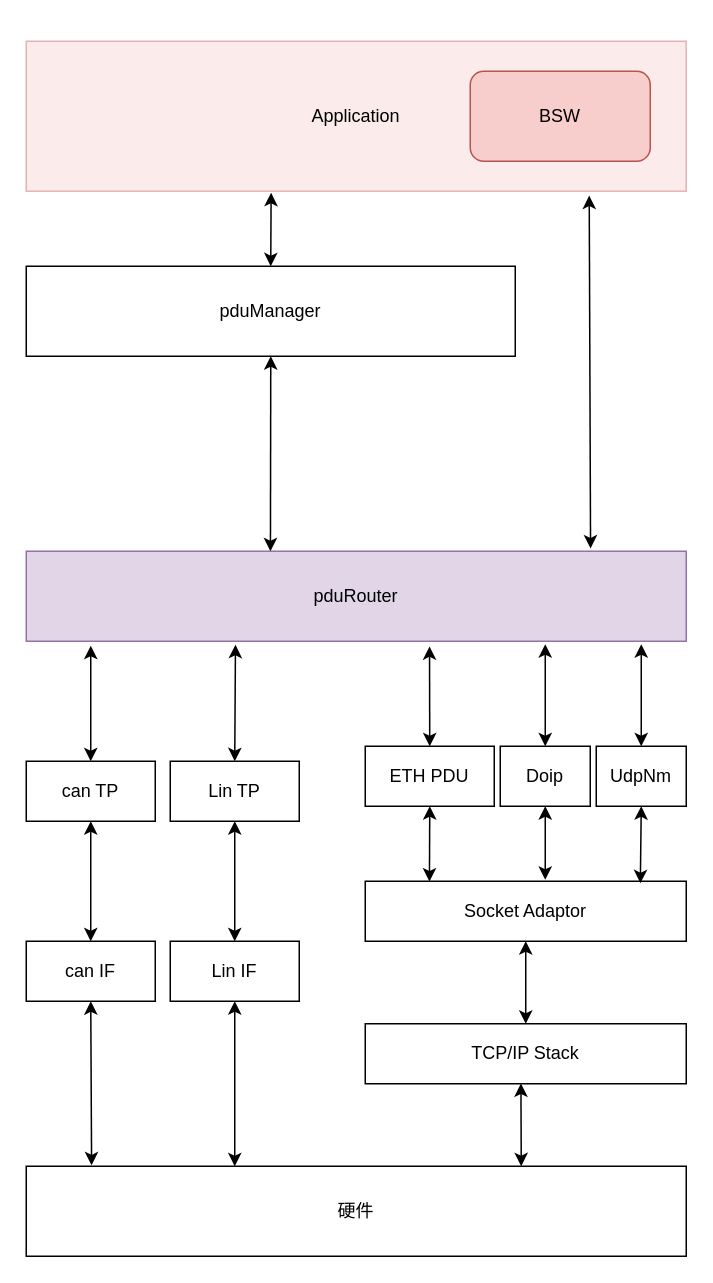
This is image/流转链路.drawio from wfqLab/picture_gallery_picgo, a draw.io file, before an edit. Source tidied: cells renumbered, new cells numbered last; positions are measured from the earlier drawing's top-left corner, leaving out a move shared by most shapes. Both pictures are drawn from the tidied source at 150%, with x=0, y=0 at pixel (26, 40).
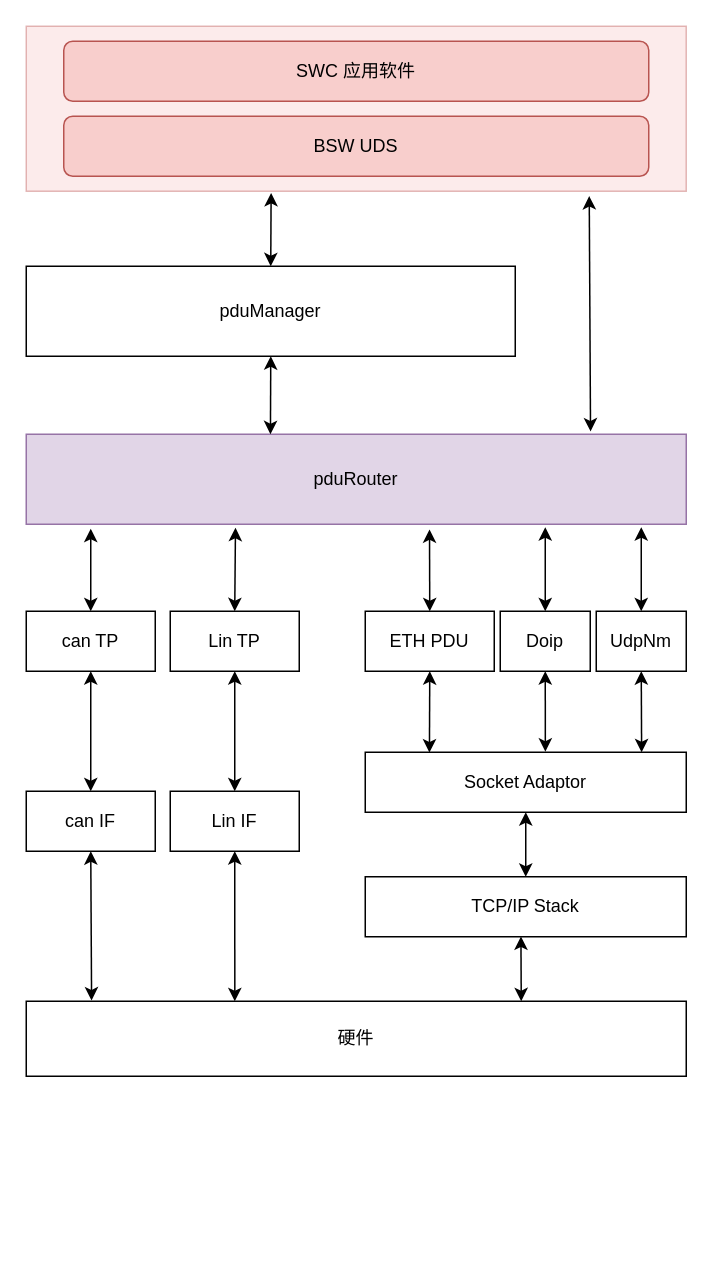
The same page after the edit.

Commit message:
更新流转链路.drawio

Diff of the diagram source:
```diff
@@
     <mxCell id="2" value="硬件" style="rounded=0;whiteSpace=wrap;html=1;" parent="1" vertex="1">
-      <mxGeometry y="750" width="440" height="60" as="geometry" />
+      <mxGeometry y="640" width="440" height="50" as="geometry" />
     </mxCell>
-    <mxCell id="3" value="Application" style="rounded=0;whiteSpace=wrap;html=1;fillColor=#f8cecc;strokeColor=#b85450;opacity=40;" parent="1" vertex="1">
-      <mxGeometry width="440" height="100" as="geometry" />
+    <mxCell id="3" style="rounded=0;whiteSpace=wrap;html=1;fillColor=#f8cecc;strokeColor=#b85450;opacity=40;" parent="1" vertex="1">
+      <mxGeometry y="-10" width="440" height="110" as="geometry" />
     </mxCell>
@@
     <mxCell id="5" value="pduRouter" style="rounded=0;whiteSpace=wrap;html=1;fillColor=#e1d5e7;strokeColor=#9673a6;" parent="1" vertex="1">
-      <mxGeometry y="340" width="440" height="60" as="geometry" />
+      <mxGeometry y="262" width="440" height="60" as="geometry" />
     </mxCell>
     <mxCell id="6" value="can TP" style="rounded=0;whiteSpace=wrap;html=1;" parent="1" vertex="1">
-      <mxGeometry y="480" width="86" height="40" as="geometry" />
+      <mxGeometry y="380" width="86" height="40" as="geometry" />
     </mxCell>
     <mxCell id="7" value="Lin TP" style="rounded=0;whiteSpace=wrap;html=1;" parent="1" vertex="1">
-      <mxGeometry x="96" y="480" width="86" height="40" as="geometry" />
+      <mxGeometry x="96" y="380" width="86" height="40" as="geometry" />
     </mxCell>
     <mxCell id="8" value="can IF" style="rounded=0;whiteSpace=wrap;html=1;" parent="1" vertex="1">
-      <mxGeometry y="600" width="86" height="40" as="geometry" />
+      <mxGeometry y="500" width="86" height="40" as="geometry" />
     </mxCell>
     <mxCell id="9" value="Lin IF" style="rounded=0;whiteSpace=wrap;html=1;" parent="1" vertex="1">
-      <mxGeometry x="96" y="600" width="86" height="40" as="geometry" />
+      <mxGeometry x="96" y="500" width="86" height="40" as="geometry" />
     </mxCell>
     <mxCell id="10" value="ETH PDU" style="rounded=0;whiteSpace=wrap;html=1;" parent="1" vertex="1">
-      <mxGeometry x="226" y="470" width="86" height="40" as="geometry" />
+      <mxGeometry x="226" y="380" width="86" height="40" as="geometry" />
     </mxCell>
     <mxCell id="11" value="Socket Adaptor" style="rounded=0;whiteSpace=wrap;html=1;" parent="1" vertex="1">
-      <mxGeometry x="226" y="560" width="214" height="40" as="geometry" />
+      <mxGeometry x="226" y="474" width="214" height="40" as="geometry" />
     </mxCell>
     <mxCell id="12" value="TCP/IP Stack" style="rounded=0;whiteSpace=wrap;html=1;" parent="1" vertex="1">
-      <mxGeometry x="226" y="655" width="214" height="40" as="geometry" />
+      <mxGeometry x="226" y="557" width="214" height="40" as="geometry" />
     </mxCell>
@@
-    <mxCell id="16" style="endArrow=classic;startArrow=classic;html=1;rounded=0;entryX=0.5;entryY=1;entryDx=0;entryDy=0;" parent="1" edge="1" target="9">
-      <mxGeometry relative="1" as="geometry">
-        <mxPoint x="139" y="750" as="sourcePoint" />
-      </mxGeometry>
+    <mxCell id="16" style="endArrow=classic;startArrow=classic;html=1;rounded=0;entryX=0.5;entryY=1;entryDx=0;entryDy=0;exitX=0.316;exitY=0;exitDx=0;exitDy=0;exitPerimeter=0;" parent="1" edge="1" source="2" target="9">
+      <mxGeometry relative="1" as="geometry" />
     </mxCell>
     <mxCell id="17" value="Doip" style="rounded=0;whiteSpace=wrap;html=1;" parent="1" vertex="1">
-      <mxGeometry x="316" y="470" width="60" height="40" as="geometry" />
+      <mxGeometry x="316" y="380" width="60" height="40" as="geometry" />
     </mxCell>
     <mxCell id="18" style="endArrow=classic;startArrow=classic;html=1;rounded=0;entryX=0.5;entryY=0;entryDx=0;entryDy=0;" parent="1" edge="1" target="6">
       <mxGeometry relative="1" as="geometry">
-        <mxPoint x="43" y="403" as="sourcePoint" />
+        <mxPoint x="43" y="325" as="sourcePoint" />
       </mxGeometry>
     </mxCell>
@@
     <mxCell id="21" style="endArrow=classic;startArrow=classic;html=1;rounded=0;entryX=0.5;entryY=0;entryDx=0;entryDy=0;" parent="1" edge="1" target="17">
       <mxGeometry relative="1" as="geometry">
-        <mxPoint x="346" y="402" as="sourcePoint" />
+        <mxPoint x="346" y="324" as="sourcePoint" />
       </mxGeometry>
     </mxCell>
     <mxCell id="22" value="UdpNm" style="rounded=0;whiteSpace=wrap;html=1;" parent="1" vertex="1">
-      <mxGeometry x="380" y="470" width="60" height="40" as="geometry" />
+      <mxGeometry x="380" y="380" width="60" height="40" as="geometry" />
     </mxCell>
     <mxCell id="23" style="endArrow=classic;startArrow=classic;html=1;rounded=0;entryX=0.5;entryY=0;entryDx=0;entryDy=0;" parent="1" edge="1" target="22">
       <mxGeometry relative="1" as="geometry">
-        <mxPoint x="410" y="402" as="sourcePoint" />
+        <mxPoint x="410" y="324" as="sourcePoint" />
       </mxGeometry>
     </mxCell>
@@
-    <mxCell id="27" style="endArrow=classic;startArrow=classic;html=1;rounded=0;entryX=0.5;entryY=1;entryDx=0;entryDy=0;" parent="1" edge="1" target="17">
-      <mxGeometry relative="1" as="geometry">
-        <mxPoint x="346" y="559" as="sourcePoint" />
-      </mxGeometry>
+    <mxCell id="27" style="endArrow=classic;startArrow=classic;html=1;rounded=0;entryX=0.5;entryY=1;entryDx=0;entryDy=0;exitX=0.561;exitY=-0.009;exitDx=0;exitDy=0;exitPerimeter=0;" parent="1" edge="1" source="11" target="17">
+      <mxGeometry relative="1" as="geometry" />
     </mxCell>
-    <mxCell id="28" style="endArrow=classic;startArrow=classic;html=1;rounded=0;entryX=0.5;entryY=1;entryDx=0;entryDy=0;exitX=0.857;exitY=0.032;exitDx=0;exitDy=0;exitPerimeter=0;" parent="1" edge="1" source="11" target="22">
+    <mxCell id="28" style="endArrow=classic;startArrow=classic;html=1;rounded=0;entryX=0.5;entryY=1;entryDx=0;entryDy=0;exitX=0.861;exitY=0;exitDx=0;exitDy=0;exitPerimeter=0;" parent="1" edge="1" source="11" target="22">
       <mxGeometry relative="1" as="geometry" />
     </mxCell>
@@
-    <mxCell id="32" value="BSW" style="rounded=1;whiteSpace=wrap;html=1;fillColor=#f8cecc;strokeColor=#b85450;" parent="1" vertex="1">
-      <mxGeometry x="296" y="20" width="120" height="60" as="geometry" />
+    <mxCell id="32" value="BSW UDS" style="rounded=1;whiteSpace=wrap;html=1;fillColor=#f8cecc;strokeColor=#b85450;" parent="1" vertex="1">
+      <mxGeometry x="25" y="50" width="390" height="40" as="geometry" />
     </mxCell>
+    <mxCell id="33" value="SWC 应用软件" style="rounded=1;whiteSpace=wrap;html=1;fillColor=#f8cecc;strokeColor=#b85450;" parent="1" vertex="1">
+      <mxGeometry x="25" width="390" height="40" as="geometry" />
+    </mxCell>
```
